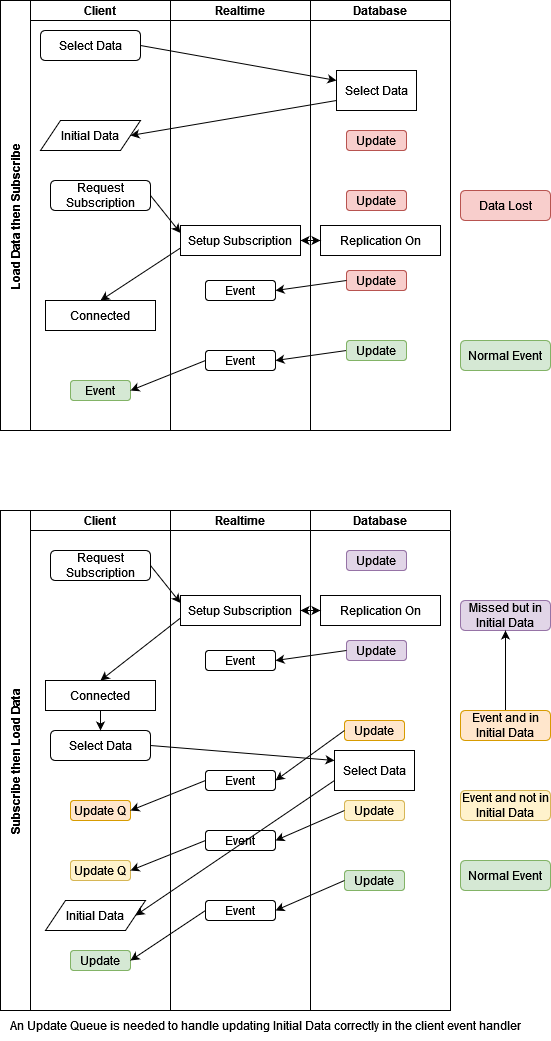
This is RealtimeFlow.drawio.png from GaryAustin1/Realtime2, a draw.io export, as it was before one commit. Source tidied: cells renumbered, new cells last; positions are measured from the earlier drawing's top-left corner, leaving out a move shared by most shapes.
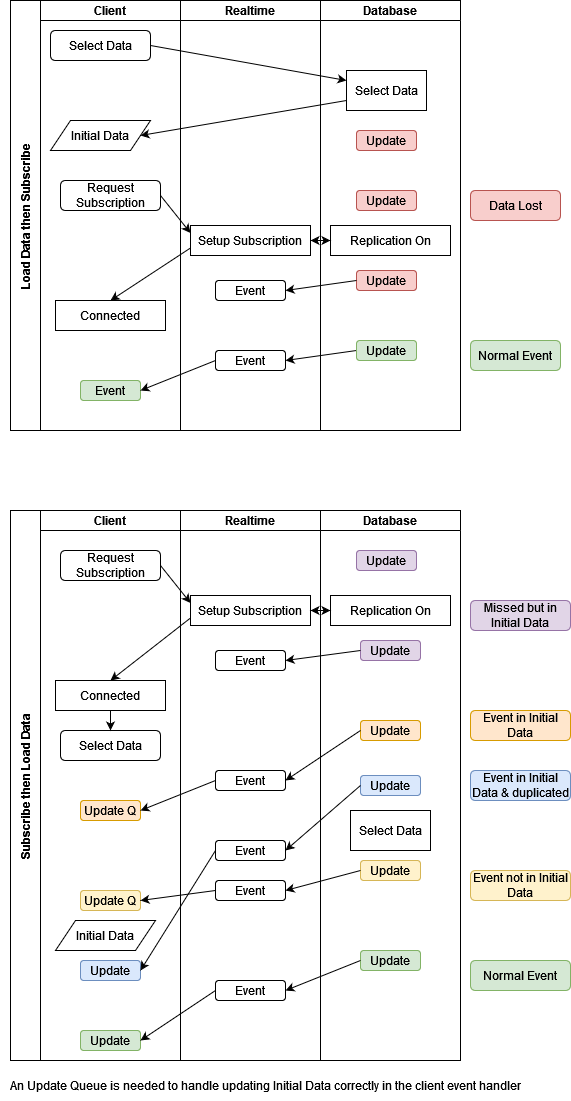
Above is the later version.

What changed in the source:
```diff
@@ -27,16 +27,16 @@
       <mxGeometry relative="1" as="geometry" />
     </mxCell>
     <mxCell id="10" value="Subscribe then Load Data" style="swimlane;startSize=30;horizontal=0;" parent="1" vertex="1">
-      <mxGeometry y="510" width="170" height="500" as="geometry" />
+      <mxGeometry y="510" width="170" height="550" as="geometry" />
     </mxCell>
     <mxCell id="11" value="Client" style="swimlane;startSize=20;" parent="10" vertex="1">
-      <mxGeometry x="30" width="140" height="500" as="geometry" />
+      <mxGeometry x="30" width="140" height="550" as="geometry" />
     </mxCell>
     <mxCell id="12" value="Select Data" style="rounded=1;whiteSpace=wrap;html=1;" parent="11" vertex="1">
       <mxGeometry x="20" y="220" width="100" height="30" as="geometry" />
     </mxCell>
     <mxCell id="13" value="Initial Data" style="shape=parallelogram;perimeter=parallelogramPerimeter;whiteSpace=wrap;html=1;fixedSize=1;" parent="11" vertex="1">
-      <mxGeometry x="15" y="390" width="100" height="30" as="geometry" />
+      <mxGeometry x="15" y="410" width="100" height="30" as="geometry" />
     </mxCell>
     <mxCell id="14" value="Request Subscription" style="rounded=1;whiteSpace=wrap;html=1;" parent="11" vertex="1">
       <mxGeometry x="20" y="40" width="100" height="30" as="geometry" />
@@ -45,22 +45,25 @@
       <mxGeometry x="15" y="170" width="110" height="30" as="geometry" />
     </mxCell>
     <mxCell id="16" value="Update" style="rounded=1;whiteSpace=wrap;html=1;fillColor=#d5e8d4;strokeColor=#82b366;" parent="11" vertex="1">
-      <mxGeometry x="40" y="440" width="60" height="20" as="geometry" />
+      <mxGeometry x="40" y="520" width="60" height="20" as="geometry" />
     </mxCell>
     <mxCell id="17" value="Update Q" style="rounded=1;whiteSpace=wrap;html=1;fillColor=#ffe6cc;strokeColor=#d79b00;" parent="11" vertex="1">
       <mxGeometry x="40" y="290" width="60" height="20" as="geometry" />
     </mxCell>
     <mxCell id="18" value="Update Q" style="rounded=1;whiteSpace=wrap;html=1;fillColor=#fff2cc;strokeColor=#d6b656;" parent="11" vertex="1">
-      <mxGeometry x="40" y="350" width="60" height="20" as="geometry" />
+      <mxGeometry x="40" y="380" width="60" height="20" as="geometry" />
     </mxCell>
     <mxCell id="19" style="endArrow=classic;html=1;rounded=0;entryX=0.5;entryY=0;entryDx=0;entryDy=0;exitX=0.5;exitY=1;exitDx=0;exitDy=0;" parent="11" edge="1" source="15" target="12">
       <mxGeometry relative="1" as="geometry" />
     </mxCell>
+    <mxCell id="72" value="Update" style="rounded=1;whiteSpace=wrap;html=1;fillColor=#dae8fc;strokeColor=#6c8ebf;" parent="11" vertex="1">
+      <mxGeometry x="40" y="450" width="60" height="20" as="geometry" />
+    </mxCell>
     <mxCell id="20" style="endArrow=classic;html=1;rounded=0;entryX=1;entryY=0.5;entryDx=0;entryDy=0;exitX=0;exitY=0.5;exitDx=0;exitDy=0;" parent="1" edge="1" source="24" target="18">
       <mxGeometry relative="1" as="geometry" />
     </mxCell>
     <mxCell id="21" value="Realtime" style="swimlane;startSize=20;" parent="1" vertex="1">
-      <mxGeometry x="170" y="510" width="140" height="500" as="geometry" />
+      <mxGeometry x="170" y="510" width="140" height="550" as="geometry" />
     </mxCell>
     <mxCell id="22" value="Setup Subscription" style="rounded=0;whiteSpace=wrap;html=1;" parent="21" vertex="1">
       <mxGeometry x="10" y="85" width="120" height="30" as="geometry" />
@@ -68,51 +71,54 @@
     <mxCell id="23" value="Event" style="rounded=1;whiteSpace=wrap;html=1;" parent="21" vertex="1">
       <mxGeometry x="35" y="140" width="70" height="20" as="geometry" />
     </mxCell>
-    <mxCell id="24" value="Event" style="rounded=1;whiteSpace=wrap;html=1;" parent="21" vertex="1">
-      <mxGeometry x="35" y="320" width="70" height="20" as="geometry" />
-    </mxCell>
     <mxCell id="25" value="Event" style="rounded=1;whiteSpace=wrap;html=1;" parent="21" vertex="1">
       <mxGeometry x="35" y="260" width="70" height="20" as="geometry" />
     </mxCell>
     <mxCell id="26" value="Event" style="rounded=1;whiteSpace=wrap;html=1;" parent="21" vertex="1">
-      <mxGeometry x="35" y="390" width="70" height="20" as="geometry" />
+      <mxGeometry x="35" y="470" width="70" height="20" as="geometry" />
     </mxCell>
+    <mxCell id="24" value="Event" style="rounded=1;whiteSpace=wrap;html=1;" parent="21" vertex="1">
+      <mxGeometry x="35" y="370" width="70" height="20" as="geometry" />
+    </mxCell>
+    <mxCell id="73" value="Event" style="rounded=1;whiteSpace=wrap;html=1;" parent="21" vertex="1">
+      <mxGeometry x="35" y="330" width="70" height="20" as="geometry" />
+    </mxCell>
+    <mxCell id="74" style="edgeStyle=orthogonalEdgeStyle;rounded=0;orthogonalLoop=1;jettySize=auto;html=1;exitX=0.5;exitY=1;exitDx=0;exitDy=0;" parent="21" edge="1" source="24" target="24">
+      <mxGeometry relative="1" as="geometry" />
+    </mxCell>
     <mxCell id="27" style="endArrow=classic;html=1;rounded=0;exitX=0;exitY=0.75;exitDx=0;exitDy=0;entryX=0.5;entryY=0;entryDx=0;entryDy=0;" parent="1" edge="1" source="22" target="15">
       <mxGeometry relative="1" as="geometry" />
     </mxCell>
     <mxCell id="28" style="endArrow=classic;html=1;rounded=0;exitX=0;exitY=0.5;exitDx=0;exitDy=0;entryX=1;entryY=0.5;entryDx=0;entryDy=0;" parent="1" edge="1" source="25" target="17">
       <mxGeometry relative="1" as="geometry" />
     </mxCell>
-    <mxCell id="29" style="endArrow=classic;html=1;rounded=0;entryX=1;entryY=0.5;entryDx=0;entryDy=0;exitX=0;exitY=0.75;exitDx=0;exitDy=0;" parent="1" edge="1" source="32" target="13">
-      <mxGeometry relative="1" as="geometry" />
-    </mxCell>
-    <mxCell id="30" style="endArrow=classic;html=1;rounded=0;exitX=1;exitY=0.5;exitDx=0;exitDy=0;entryX=0;entryY=0.25;entryDx=0;entryDy=0;" parent="1" edge="1" source="12" target="32">
-      <mxGeometry relative="1" as="geometry" />
-    </mxCell>
     <mxCell id="31" value="Database" style="swimlane;startSize=20;" parent="1" vertex="1">
-      <mxGeometry x="310" y="510" width="140" height="500" as="geometry" />
+      <mxGeometry x="310" y="510" width="140" height="550" as="geometry" />
     </mxCell>
     <mxCell id="32" value="Select Data" style="rounded=0;whiteSpace=wrap;html=1;" parent="31" vertex="1">
-      <mxGeometry x="24" y="240" width="80" height="40" as="geometry" />
+      <mxGeometry x="30" y="300" width="80" height="40" as="geometry" />
     </mxCell>
     <mxCell id="33" value="Update" style="rounded=1;whiteSpace=wrap;html=1;fillColor=#e1d5e7;strokeColor=#9673a6;" parent="31" vertex="1">
-      <mxGeometry x="36" y="130" width="60" height="20" as="geometry" />
+      <mxGeometry x="40" y="130" width="60" height="20" as="geometry" />
     </mxCell>
     <mxCell id="34" value="Replication On" style="rounded=0;whiteSpace=wrap;html=1;" parent="31" vertex="1">
       <mxGeometry x="10" y="85" width="120" height="30" as="geometry" />
     </mxCell>
     <mxCell id="35" value="Update" style="rounded=1;whiteSpace=wrap;html=1;fillColor=#d5e8d4;strokeColor=#82b366;" parent="31" vertex="1">
-      <mxGeometry x="34" y="360" width="60" height="20" as="geometry" />
+      <mxGeometry x="40" y="440" width="60" height="20" as="geometry" />
     </mxCell>
     <mxCell id="36" value="Update" style="rounded=1;whiteSpace=wrap;html=1;fillColor=#e1d5e7;strokeColor=#9673a6;" parent="31" vertex="1">
       <mxGeometry x="36" y="40" width="60" height="20" as="geometry" />
     </mxCell>
     <mxCell id="37" value="Update" style="rounded=1;whiteSpace=wrap;html=1;fillColor=#ffe6cc;strokeColor=#d79b00;" parent="31" vertex="1">
-      <mxGeometry x="34" y="210" width="60" height="20" as="geometry" />
+      <mxGeometry x="40" y="210" width="60" height="20" as="geometry" />
     </mxCell>
     <mxCell id="38" value="Update" style="rounded=1;whiteSpace=wrap;html=1;fillColor=#fff2cc;strokeColor=#d6b656;" parent="31" vertex="1">
-      <mxGeometry x="34" y="290" width="60" height="20" as="geometry" />
+      <mxGeometry x="40" y="350" width="60" height="20" as="geometry" />
     </mxCell>
+    <mxCell id="75" value="Update" style="rounded=1;whiteSpace=wrap;html=1;fillColor=#dae8fc;strokeColor=#6c8ebf;" parent="31" vertex="1">
+      <mxGeometry x="40" y="265" width="60" height="20" as="geometry" />
+    </mxCell>
     <mxCell id="39" style="endArrow=classic;html=1;rounded=0;exitX=0;exitY=0.5;exitDx=0;exitDy=0;entryX=1;entryY=0.5;entryDx=0;entryDy=0;" parent="1" edge="1" source="33" target="23">
       <mxGeometry relative="1" as="geometry" />
     </mxCell>
@@ -132,19 +138,16 @@
       <mxGeometry relative="1" as="geometry" />
     </mxCell>
     <mxCell id="45" value="Missed but in Initial Data" style="rounded=1;whiteSpace=wrap;html=1;fillColor=#e1d5e7;strokeColor=#9673a6;" parent="1" vertex="1">
-      <mxGeometry x="460" y="600" width="90" height="30" as="geometry" />
+      <mxGeometry x="460" y="600" width="100" height="30" as="geometry" />
     </mxCell>
-    <mxCell id="46" style="edgeStyle=orthogonalEdgeStyle;rounded=0;jettySize=auto;html=1;" parent="1" edge="1" source="47" target="45">
-      <mxGeometry relative="1" as="geometry" />
-    </mxCell>
-    <mxCell id="47" value="Event and in Initial Data" style="rounded=1;whiteSpace=wrap;html=1;fillColor=#ffe6cc;strokeColor=#d79b00;" parent="1" vertex="1">
-      <mxGeometry x="460" y="710" width="90" height="30" as="geometry" />
+    <mxCell id="47" value="Event in Initial Data" style="rounded=1;whiteSpace=wrap;html=1;fillColor=#ffe6cc;strokeColor=#d79b00;" parent="1" vertex="1">
+      <mxGeometry x="460" y="710" width="100" height="30" as="geometry" />
     </mxCell>
-    <mxCell id="48" value="Event and not in Initial Data" style="rounded=1;whiteSpace=wrap;html=1;fillColor=#fff2cc;strokeColor=#d6b656;" parent="1" vertex="1">
-      <mxGeometry x="460" y="790" width="90" height="30" as="geometry" />
+    <mxCell id="48" value="Event in Initial Data &amp;amp; duplicated" style="rounded=1;whiteSpace=wrap;html=1;fillColor=#dae8fc;strokeColor=#6c8ebf;" parent="1" vertex="1">
+      <mxGeometry x="460" y="770" width="100" height="30" as="geometry" />
     </mxCell>
     <mxCell id="49" value="&lt;div&gt;Normal Event&lt;/div&gt;" style="rounded=1;whiteSpace=wrap;html=1;fillColor=#d5e8d4;strokeColor=#82b366;" parent="1" vertex="1">
-      <mxGeometry x="460" y="860" width="90" height="30" as="geometry" />
+      <mxGeometry x="460" y="960" width="100" height="30" as="geometry" />
     </mxCell>
     <mxCell id="50" style="endArrow=classic;html=1;rounded=0;exitX=1;exitY=0.5;exitDx=0;exitDy=0;entryX=0;entryY=0.25;entryDx=0;entryDy=0;" parent="1" edge="1" source="4" target="54">
       <mxGeometry relative="1" as="geometry" />
@@ -207,10 +210,19 @@
       <mxGeometry x="460" y="340" width="90" height="30" as="geometry" />
     </mxCell>
     <mxCell id="70" value="An Update Queue is needed to handle updating Initial Data correctly in the client event handler" style="text;strokeColor=none;align=center;fillColor=none;html=1;verticalAlign=middle;whiteSpace=wrap;rounded=0;" parent="1" vertex="1">
-      <mxGeometry y="1010" width="530" height="30" as="geometry" />
+      <mxGeometry x="-10" y="1070" width="530" height="30" as="geometry" />
     </mxCell>
     <mxCell id="71" style="endArrow=classic;html=1;rounded=0;entryX=0;entryY=0.25;entryDx=0;entryDy=0;exitX=1;exitY=0.5;exitDx=0;exitDy=0;" parent="1" edge="1" source="14" target="22">
       <mxGeometry relative="1" as="geometry" />
     </mxCell>
+    <mxCell id="76" style="endArrow=classic;html=1;rounded=0;exitX=0;exitY=0.5;exitDx=0;exitDy=0;entryX=1;entryY=0.5;entryDx=0;entryDy=0;" parent="1" edge="1" source="75" target="73">
+      <mxGeometry relative="1" as="geometry" />
+    </mxCell>
+    <mxCell id="77" style="endArrow=classic;html=1;rounded=0;exitX=0;exitY=0.5;exitDx=0;exitDy=0;entryX=1;entryY=0.5;entryDx=0;entryDy=0;" parent="1" edge="1" source="73" target="72">
+      <mxGeometry relative="1" as="geometry" />
+    </mxCell>
+    <mxCell id="78" value="Event not in Initial Data" style="rounded=1;whiteSpace=wrap;html=1;fillColor=#fff2cc;strokeColor=#d6b656;" parent="1" vertex="1">
+      <mxGeometry x="460" y="870" width="100" height="30" as="geometry" />
+    </mxCell>
   </root>
 </mxGraphModel>
```
